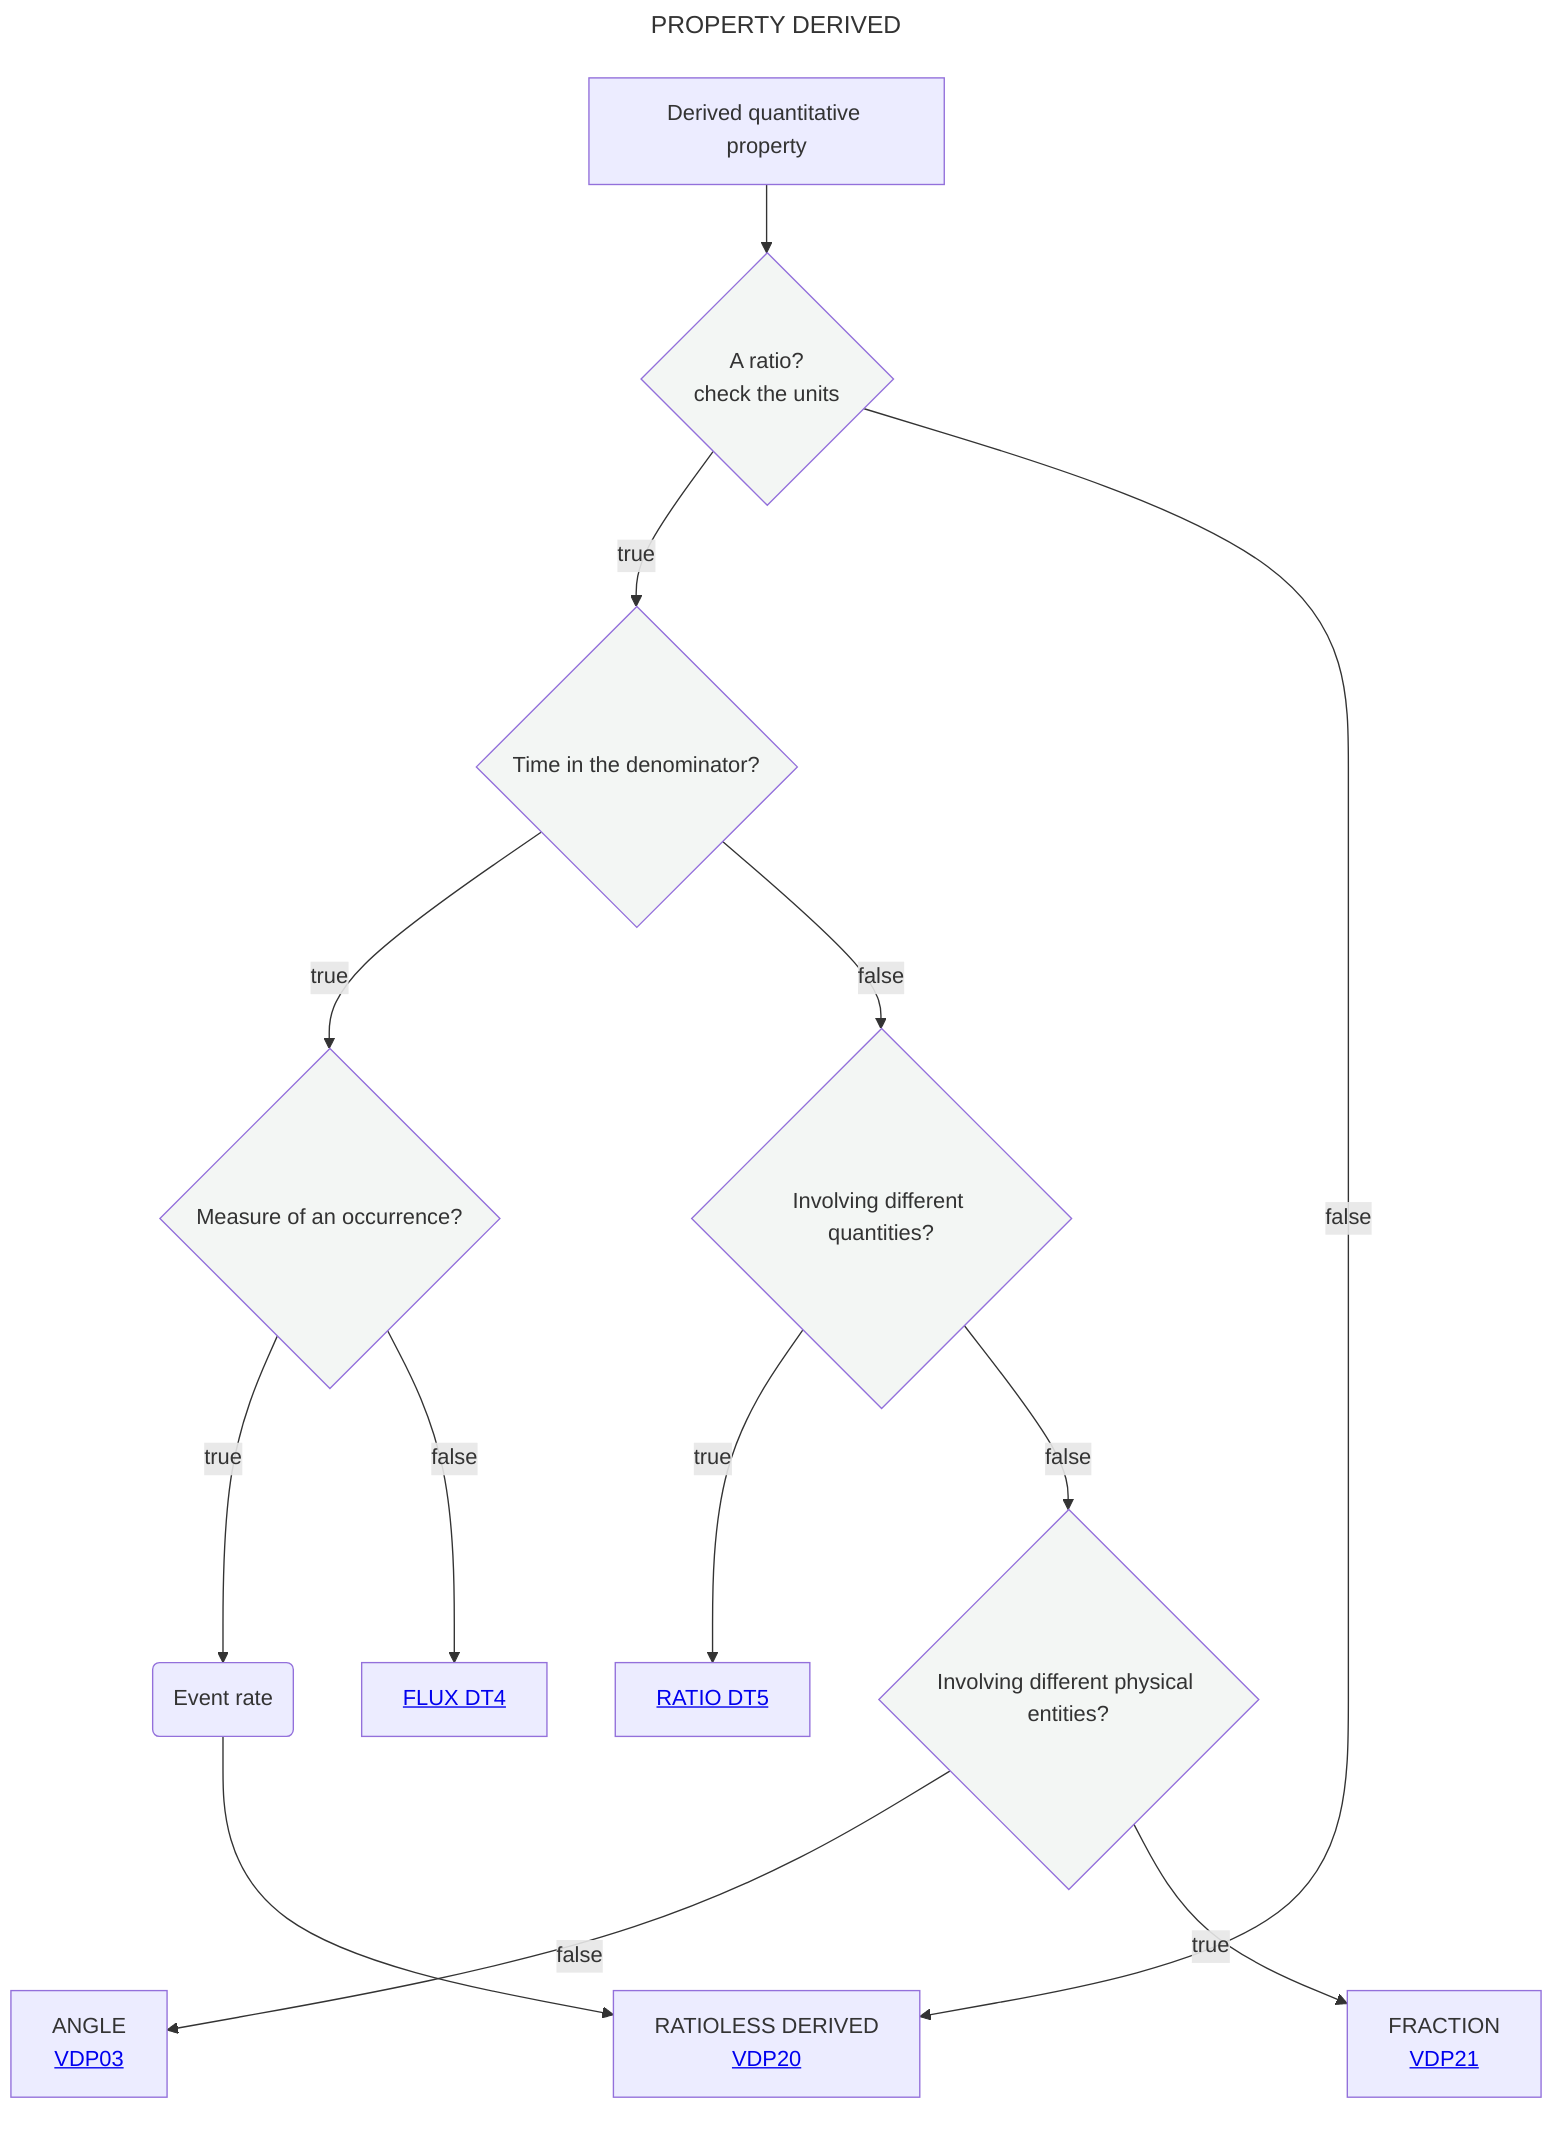
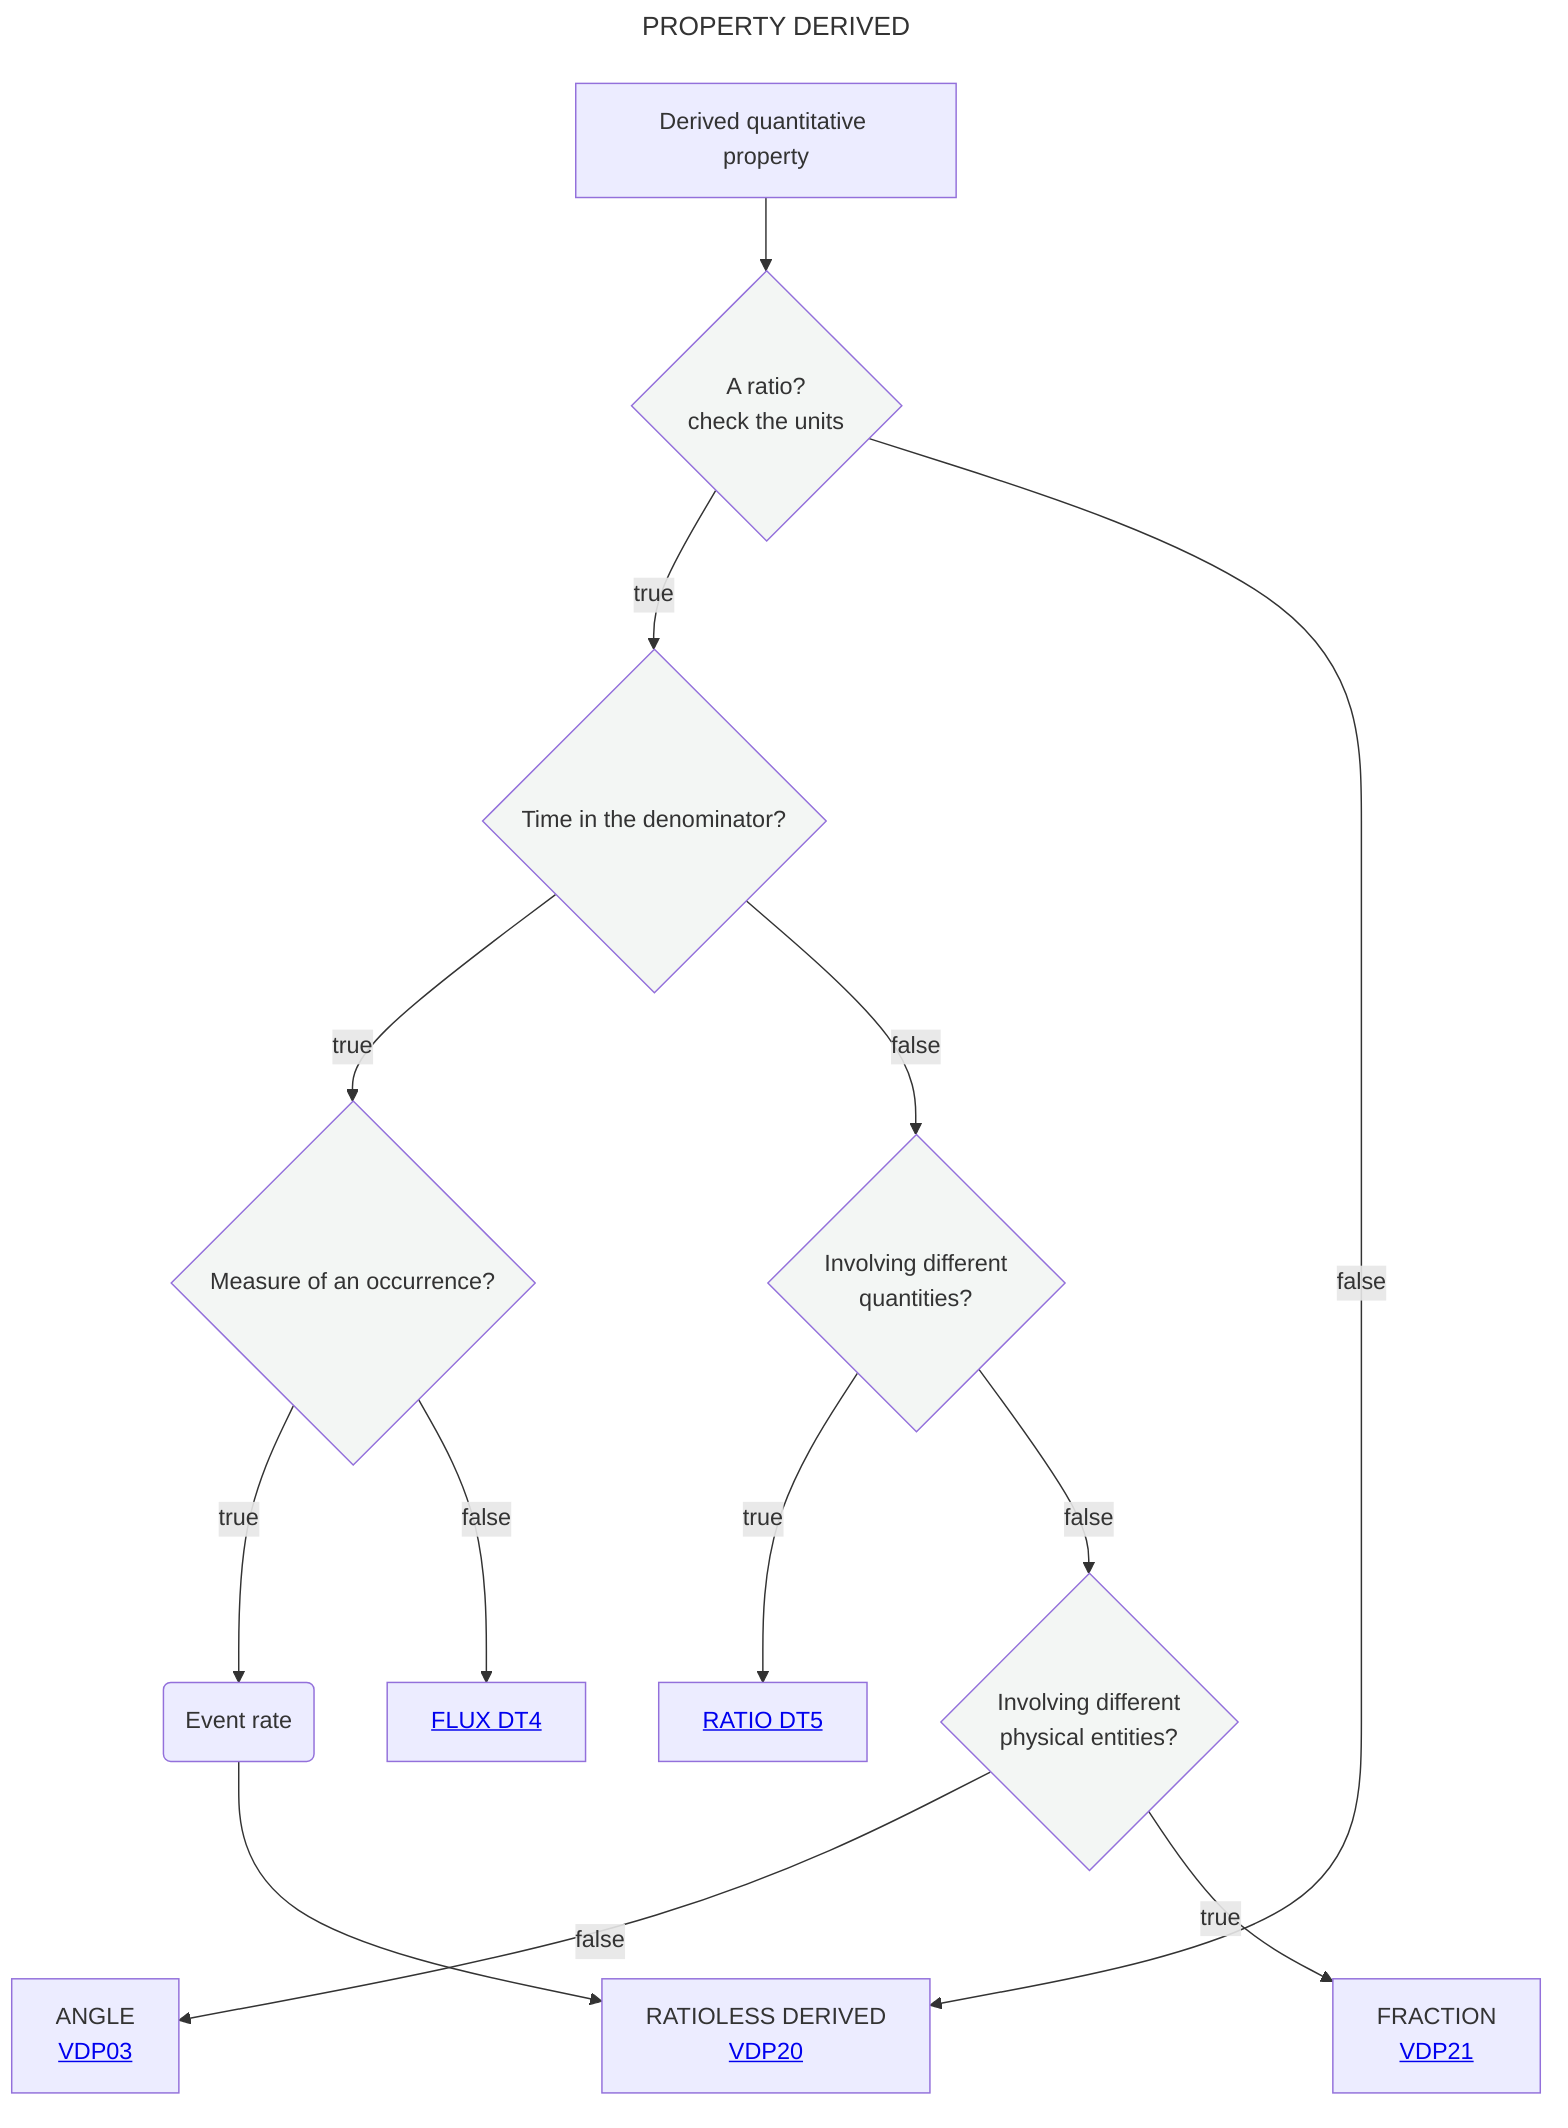
---
title: PROPERTY DERIVED
---
flowchart TD
    A[Derived quantitative property] --> B{A ratio?<br>check the units}:::white
    B --> |true|N{Time in the denominator?}:::white
    B --> |false|I[RATIOLESS DERIVED <br> <a href='https://github.com/mabablue/I-ADOPT-patterns-playground/blob/main/pattern/VDP20.yaml'>VDP20</a>]
    N --> |true|E{Measure of an occurrence?}:::white
-     N --> |false|O{Involving different quantities?}:::white
+     N --> |false|O{Involving different <br> quantities?}:::white
    O --> |true|P[<a href='https://github.com/mabablue/I-ADOPT-patterns-playground/blob/main/Decisition_trees/DT5.mmd'>RATIO DT5</a>]
-     O --> |false|Q{Involving different physical entities?}:::white
+     O --> |false|Q{Involving different <br> physical entities?}:::white
    Q --> |false|R[ANGLE <br> <a href='https://github.com/mabablue/I-ADOPT-patterns-playground/blob/main/pattern/VDP03.yaml'>VDP03</a>]
    Q --> |true|S[FRACTION <br> <a href='https://github.com/mabablue/I-ADOPT-patterns-playground/blob/main/pattern/VDP21.yaml'>VDP21</a>]
    E --> |true|L(Event rate)
    E --> |false|K[<a href='https://github.com/mabablue/I-ADOPT-patterns-playground/blob/main/Decisition_trees/DT4.mmd'>FLUX DT4</a>]
    L --> I
   classDef blue fill:#90D5FF
   classDef satblue fill:#57B9FF
   classDef white fill:#f3f6f4
   classDef green fill:#6aa84f

